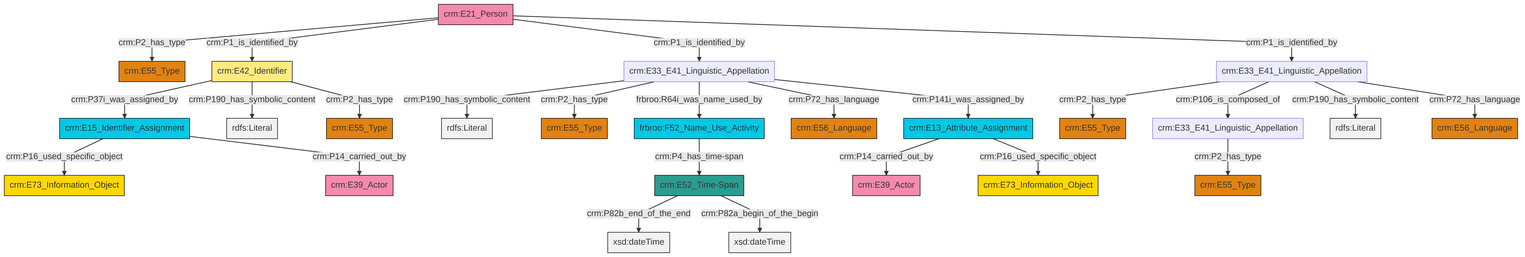
The Mermaid diagram et/personCSV/ttl/mmd/png/Person_Names_and_Classification.png in swiss-art-research-net/docs.swissartresearch, before a commit. Its source is kept beside it as et/personCSV/ttl/mmd/Person_Names_and_Classification.ttl.mmd.
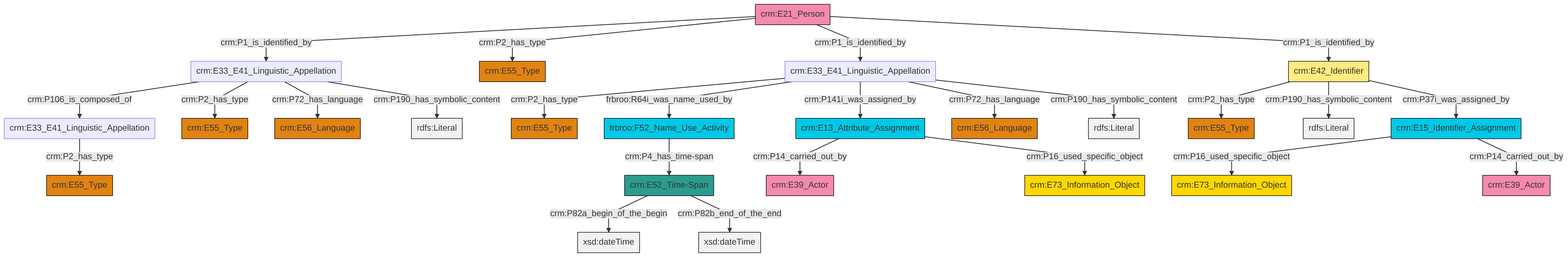
Above is the later version.

What changed in the source:
```diff
@@ -13,27 +13,27 @@
 classDef PC_Classes fill:#4ce600, stroke:#000000;
 classDef Multi fill:#cccccc,stroke:#000000;
 
-0["crm:E13_Attribute_Assignment"]:::Temporal_Entity -->|crm:P14_carried_out_by| 1["crm:E39_Actor"]:::Actor
-10["frbroo:F52_Name_Use_Activity"]:::Temporal_Entity -->|crm:P4_has_time-span| 11["crm:E52_Time-Span"]:::Time-Span
-11["crm:E52_Time-Span"]:::Time-Span -->|crm:P82b_end_of_the_end| 17[xsd:dateTime]:::Literal
-20["crm:E42_Identifier"]:::Appellation -->|crm:P37i_was_assigned_by| 13["crm:E15_Identifier_Assignment"]:::Temporal_Entity
-27["crm:E33_E41_Linguistic_Appellation"]:::Default -->|crm:P190_has_symbolic_content| 28[rdfs:Literal]:::Literal
-29["crm:E33_E41_Linguistic_Appellation"]:::Default -->|crm:P2_has_type| 8["crm:E55_Type"]:::Type
-11["crm:E52_Time-Span"]:::Time-Span -->|crm:P82a_begin_of_the_begin| 30[xsd:dateTime]:::Literal
-29["crm:E33_E41_Linguistic_Appellation"]:::Default -->|crm:P106_is_composed_of| 18["crm:E33_E41_Linguistic_Appellation"]:::Default
-36["crm:E21_Person"]:::Actor -->|crm:P2_has_type| 6["crm:E55_Type"]:::Type
-13["crm:E15_Identifier_Assignment"]:::Temporal_Entity -->|crm:P16_used_specific_object| 34["crm:E73_Information_Object"]:::Conceptual_Object
-27["crm:E33_E41_Linguistic_Appellation"]:::Default -->|crm:P2_has_type| 2["crm:E55_Type"]:::Type
-18["crm:E33_E41_Linguistic_Appellation"]:::Default -->|crm:P2_has_type| 24["crm:E55_Type"]:::Type
-36["crm:E21_Person"]:::Actor -->|crm:P1_is_identified_by| 20["crm:E42_Identifier"]:::Appellation
-13["crm:E15_Identifier_Assignment"]:::Temporal_Entity -->|crm:P14_carried_out_by| 37["crm:E39_Actor"]:::Actor
-27["crm:E33_E41_Linguistic_Appellation"]:::Default -->|frbroo:R64i_was_name_used_by| 10["frbroo:F52_Name_Use_Activity"]:::Temporal_Entity
-20["crm:E42_Identifier"]:::Appellation -->|crm:P190_has_symbolic_content| 38[rdfs:Literal]:::Literal
-27["crm:E33_E41_Linguistic_Appellation"]:::Default -->|crm:P72_has_language| 22["crm:E56_Language"]:::Type
-27["crm:E33_E41_Linguistic_Appellation"]:::Default -->|crm:P141i_was_assigned_by| 0["crm:E13_Attribute_Assignment"]:::Temporal_Entity
-29["crm:E33_E41_Linguistic_Appellation"]:::Default -->|crm:P190_has_symbolic_content| 41[rdfs:Literal]:::Literal
-20["crm:E42_Identifier"]:::Appellation -->|crm:P2_has_type| 4["crm:E55_Type"]:::Type
-0["crm:E13_Attribute_Assignment"]:::Temporal_Entity -->|crm:P16_used_specific_object| 31["crm:E73_Information_Object"]:::Conceptual_Object
-36["crm:E21_Person"]:::Actor -->|crm:P1_is_identified_by| 27["crm:E33_E41_Linguistic_Appellation"]:::Default
-29["crm:E33_E41_Linguistic_Appellation"]:::Default -->|crm:P72_has_language| 15["crm:E56_Language"]:::Type
-36["crm:E21_Person"]:::Actor -->|crm:P1_is_identified_by| 29["crm:E33_E41_Linguistic_Appellation"]:::Default
+0["frbroo:F52_Name_Use_Activity"]:::Temporal_Entity -->|crm:P4_has_time-span| 1["crm:E52_Time-Span"]:::Time-Span
+8["crm:E21_Person"]:::Actor -->|crm:P1_is_identified_by| 9["crm:E33_E41_Linguistic_Appellation"]:::Default
+10["crm:E42_Identifier"]:::Appellation -->|crm:P2_has_type| 11["crm:E55_Type"]:::Type
+9["crm:E33_E41_Linguistic_Appellation"]:::Default -->|crm:P106_is_composed_of| 14["crm:E33_E41_Linguistic_Appellation"]:::Default
+17["crm:E33_E41_Linguistic_Appellation"]:::Default -->|crm:P2_has_type| 12["crm:E55_Type"]:::Type
+17["crm:E33_E41_Linguistic_Appellation"]:::Default -->|frbroo:R64i_was_name_used_by| 0["frbroo:F52_Name_Use_Activity"]:::Temporal_Entity
+15["crm:E13_Attribute_Assignment"]:::Temporal_Entity -->|crm:P14_carried_out_by| 20["crm:E39_Actor"]:::Actor
+9["crm:E33_E41_Linguistic_Appellation"]:::Default -->|crm:P2_has_type| 18["crm:E55_Type"]:::Type
+15["crm:E13_Attribute_Assignment"]:::Temporal_Entity -->|crm:P16_used_specific_object| 21["crm:E73_Information_Object"]:::Conceptual_Object
+17["crm:E33_E41_Linguistic_Appellation"]:::Default -->|crm:P141i_was_assigned_by| 15["crm:E13_Attribute_Assignment"]:::Temporal_Entity
+17["crm:E33_E41_Linguistic_Appellation"]:::Default -->|crm:P72_has_language| 4["crm:E56_Language"]:::Type
+9["crm:E33_E41_Linguistic_Appellation"]:::Default -->|crm:P72_has_language| 2["crm:E56_Language"]:::Type
+1["crm:E52_Time-Span"]:::Time-Span -->|crm:P82a_begin_of_the_begin| 22[xsd:dateTime]:::Literal
+10["crm:E42_Identifier"]:::Appellation -->|crm:P190_has_symbolic_content| 26[rdfs:Literal]:::Literal
+8["crm:E21_Person"]:::Actor -->|crm:P2_has_type| 29["crm:E55_Type"]:::Type
+31["crm:E15_Identifier_Assignment"]:::Temporal_Entity -->|crm:P16_used_specific_object| 6["crm:E73_Information_Object"]:::Conceptual_Object
+17["crm:E33_E41_Linguistic_Appellation"]:::Default -->|crm:P190_has_symbolic_content| 33[rdfs:Literal]:::Literal
+1["crm:E52_Time-Span"]:::Time-Span -->|crm:P82b_end_of_the_end| 35[xsd:dateTime]:::Literal
+14["crm:E33_E41_Linguistic_Appellation"]:::Default -->|crm:P2_has_type| 24["crm:E55_Type"]:::Type
+8["crm:E21_Person"]:::Actor -->|crm:P1_is_identified_by| 17["crm:E33_E41_Linguistic_Appellation"]:::Default
+31["crm:E15_Identifier_Assignment"]:::Temporal_Entity -->|crm:P14_carried_out_by| 36["crm:E39_Actor"]:::Actor
+10["crm:E42_Identifier"]:::Appellation -->|crm:P37i_was_assigned_by| 31["crm:E15_Identifier_Assignment"]:::Temporal_Entity
+8["crm:E21_Person"]:::Actor -->|crm:P1_is_identified_by| 10["crm:E42_Identifier"]:::Appellation
+9["crm:E33_E41_Linguistic_Appellation"]:::Default -->|crm:P190_has_symbolic_content| 46[rdfs:Literal]:::Literal
```
